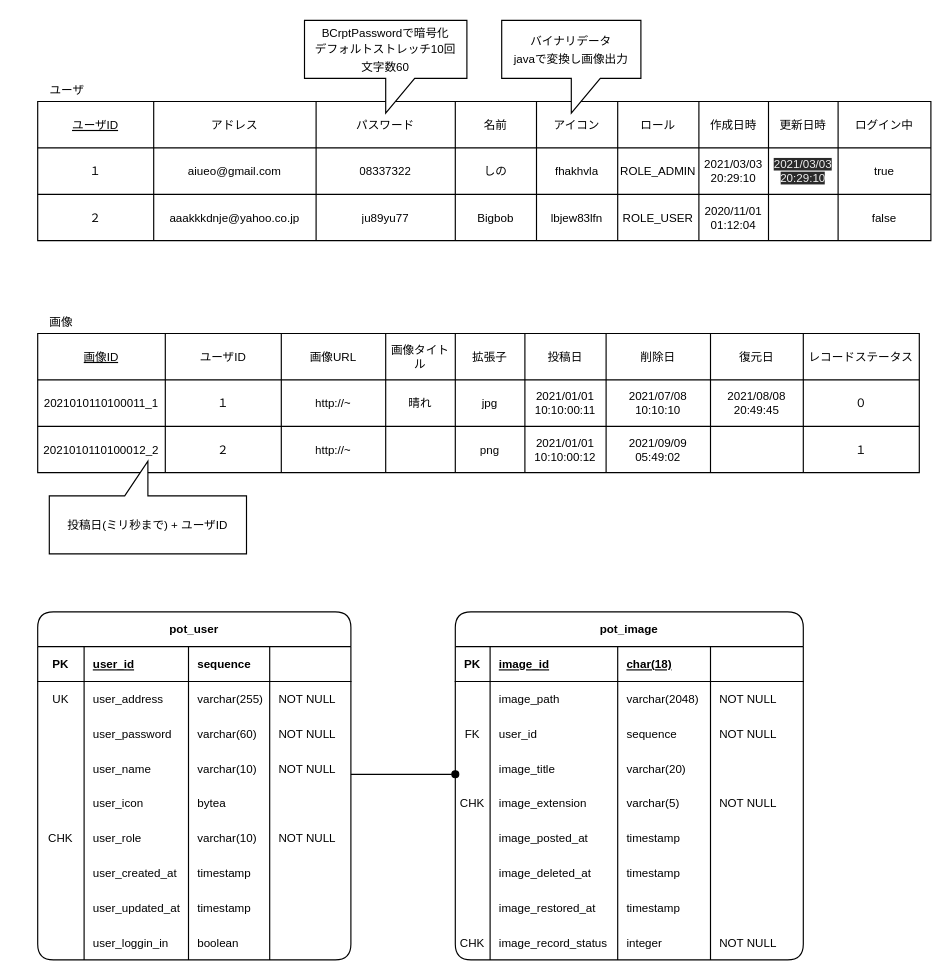
Above: page "テーブル表" (1 of 2) of ER.drawio in ODEN-t/imagepot (draw.io), before the change. Source tidied: cells renumbered, new cells numbered last; positions are measured from the earlier drawing's top-left corner, leaving out a move shared by most shapes. Both pictures are drawn from the tidied source at 116%, with x=0, y=0 at pixel (37, 20).
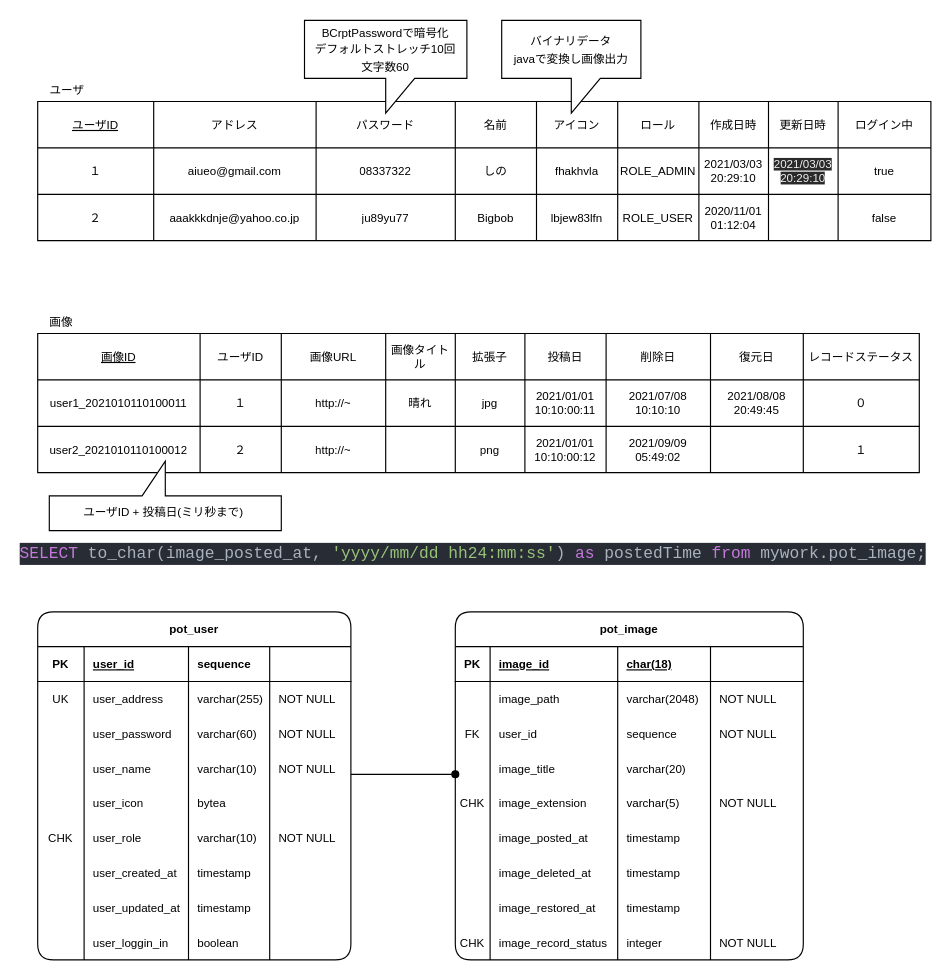
Above is the later version.

The change refers to these unchanged cells:
```xml
<mxCell id="127" style="shape=partialRectangle;html=1;whiteSpace=wrap;fillColor=none;top=0;left=0;bottom=0;right=0;fontSize=10;" parent="126" vertex="1">
  <mxGeometry width="760" height="40" as="geometry" />
</mxCell>
<mxCell id="137" style="shape=partialRectangle;html=1;whiteSpace=wrap;fillColor=none;top=0;left=0;bottom=0;right=0;fontSize=10;" parent="126" vertex="1">
  <mxGeometry y="40" width="760" height="40" as="geometry" />
</mxCell>
<mxCell id="147" style="shape=partialRectangle;html=1;whiteSpace=wrap;fillColor=none;top=0;left=0;bottom=0;right=0;fontSize=10;" parent="126" vertex="1">
  <mxGeometry y="80" width="760" height="40" as="geometry" />
</mxCell>
```

Diff of the diagram source:
```diff
@@
     <mxCell id="128" value="&lt;u style=&quot;font-size: 10px;&quot;&gt;画像ID&lt;br style=&quot;font-size: 10px;&quot;&gt;&lt;/u&gt;" style="shape=partialRectangle;html=1;whiteSpace=wrap;fillColor=none;top=0;left=0;bottom=0;right=0;overflow=hidden;fontSize=10;" parent="127" vertex="1">
-      <mxGeometry width="110" height="40" as="geometry" />
+      <mxGeometry width="140" height="40" as="geometry" />
     </mxCell>
     <mxCell id="129" value="ユーザID" style="shape=partialRectangle;html=1;whiteSpace=wrap;fillColor=none;top=0;left=0;bottom=0;right=0;overflow=hidden;fontSize=10;fontStyle=0;" parent="127" vertex="1">
-      <mxGeometry x="110" width="100" height="40" as="geometry" />
+      <mxGeometry x="140" width="70" height="40" as="geometry" />
     </mxCell>
@@
-    <mxCell id="138" value="2021010110100011_1" style="shape=partialRectangle;html=1;whiteSpace=wrap;fillColor=none;top=0;left=0;bottom=0;right=0;overflow=hidden;fontSize=10;" parent="137" vertex="1">
-      <mxGeometry width="110" height="40" as="geometry" />
+    <mxCell id="138" value="user1_2021010110100011" style="shape=partialRectangle;html=1;whiteSpace=wrap;fillColor=none;top=0;left=0;bottom=0;right=0;overflow=hidden;fontSize=10;" parent="137" vertex="1">
+      <mxGeometry width="140" height="40" as="geometry" />
     </mxCell>
     <mxCell id="139" value="１" style="shape=partialRectangle;html=1;whiteSpace=wrap;fillColor=none;top=0;left=0;bottom=0;right=0;overflow=hidden;fontSize=10;" parent="137" vertex="1">
-      <mxGeometry x="110" width="100" height="40" as="geometry" />
+      <mxGeometry x="140" width="70" height="40" as="geometry" />
     </mxCell>
@@
-    <mxCell id="148" value="2021010110100012_2" style="shape=partialRectangle;html=1;whiteSpace=wrap;fillColor=none;top=0;left=0;bottom=0;right=0;overflow=hidden;fontSize=10;" parent="147" vertex="1">
-      <mxGeometry width="110" height="40" as="geometry" />
+    <mxCell id="148" value="user2_2021010110100012" style="shape=partialRectangle;html=1;whiteSpace=wrap;fillColor=none;top=0;left=0;bottom=0;right=0;overflow=hidden;fontSize=10;" parent="147" vertex="1">
+      <mxGeometry width="140" height="40" as="geometry" />
     </mxCell>
     <mxCell id="149" value="２" style="shape=partialRectangle;html=1;whiteSpace=wrap;fillColor=none;top=0;left=0;bottom=0;right=0;overflow=hidden;fontSize=10;" parent="147" vertex="1">
-      <mxGeometry x="110" width="100" height="40" as="geometry" />
+      <mxGeometry x="140" width="70" height="40" as="geometry" />
     </mxCell>
@@
-    <mxCell id="159" value="&lt;font style=&quot;font-size: 10px&quot;&gt;投稿日(ミリ秒まで) + ユーザID&lt;/font&gt;" style="shape=callout;whiteSpace=wrap;html=1;perimeter=calloutPerimeter;position2=0.5;direction=west;base=20;" parent="1" vertex="1">
-      <mxGeometry x="10" y="380" width="170" height="80" as="geometry" />
+    <mxCell id="159" value="&lt;font style=&quot;font-size: 10px&quot;&gt;ユーザID + 投稿日(ミリ秒まで)&amp;nbsp;&lt;br&gt;&lt;br&gt;&lt;/font&gt;" style="shape=callout;whiteSpace=wrap;html=1;perimeter=calloutPerimeter;position2=0.5;direction=west;base=20;verticalAlign=top;" parent="1" vertex="1">
+      <mxGeometry x="10" y="380" width="200" height="60" as="geometry" />
     </mxCell>
@@
+    <mxCell id="162" value="&lt;div style=&quot;color: rgb(171 , 178 , 191) ; background-color: rgb(40 , 44 , 52) ; font-family: &amp;#34;consolas&amp;#34; , &amp;#34;courier new&amp;#34; , monospace ; font-size: 14px ; line-height: 19px&quot;&gt;&lt;span style=&quot;color: #c678dd&quot;&gt;SELECT&lt;/span&gt;&amp;nbsp;to_char(image_posted_at,&amp;nbsp;&lt;span style=&quot;color: #98c379&quot;&gt;'yyyy/mm/dd&amp;nbsp;hh24:mm:ss'&lt;/span&gt;)&amp;nbsp;&lt;span style=&quot;color: #c678dd&quot;&gt;as&lt;/span&gt;&amp;nbsp;postedTime&amp;nbsp;&lt;span style=&quot;color: #c678dd&quot;&gt;from&lt;/span&gt;&amp;nbsp;mywork.pot_image;&lt;/div&gt;" style="text;html=1;align=center;verticalAlign=middle;" parent="1" vertex="1">
+      <mxGeometry x="10" y="450" width="730" height="20" as="geometry" />
+    </mxCell>
```
